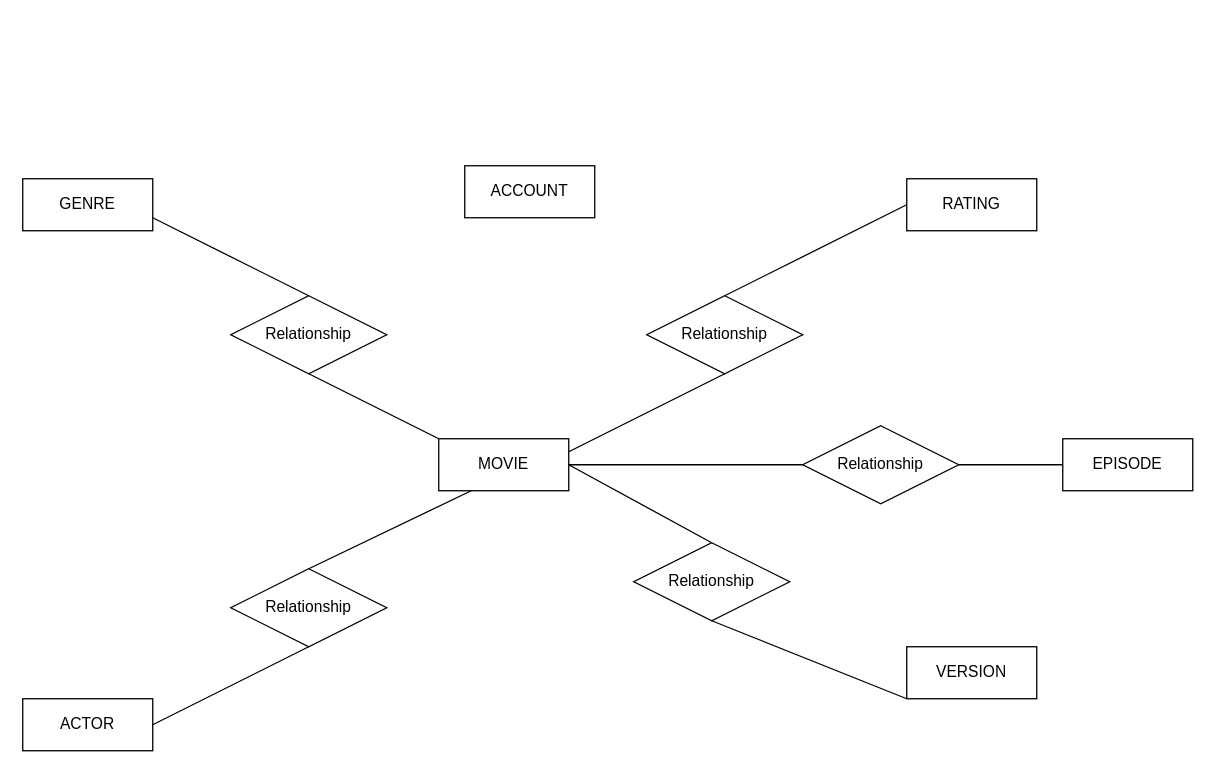
BENHAN94/knuMovieDB keeps this draw.io diagram as Untitled Diagram.drawio. Above is the earlier version. Source tidied: cells renumbered, new cells numbered last; positions are measured from the earlier drawing's top-left corner, leaving out a move shared by most shapes. Both pictures are drawn from the tidied source at 130%, with x=0, y=0 at pixel (22, 165).
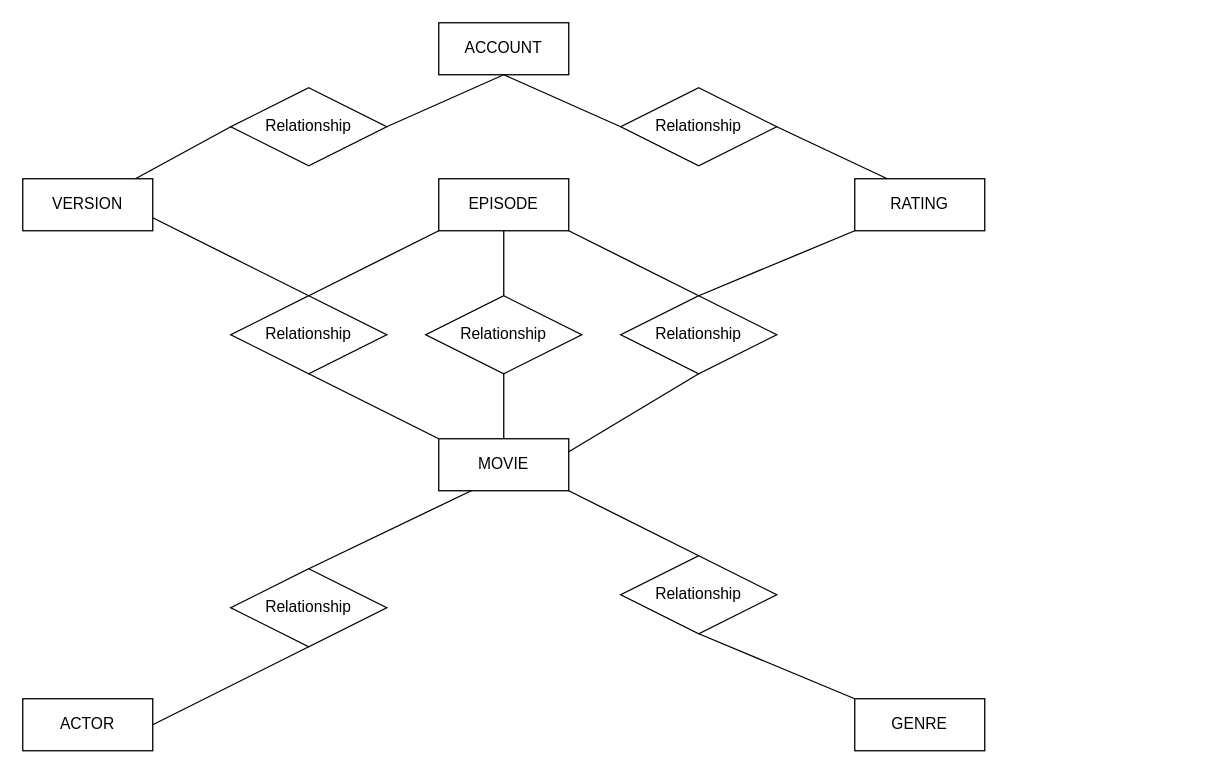
The same page after the edit.

The change refers to these unchanged cells:
```xml
<mxCell id="2" value="MOVIE" style="whiteSpace=wrap;html=1;align=center;" parent="1" vertex="1">
  <mxGeometry x="320" y="210" width="100" height="40" as="geometry" />
</mxCell>
```

The edit, as a diff of the source:
```diff
@@
-    <mxCell id="3" value="GENRE" style="whiteSpace=wrap;html=1;align=center;" parent="1" vertex="1">
+    <mxCell id="3" value="VERSION" style="whiteSpace=wrap;html=1;align=center;" parent="1" vertex="1">
       <mxGeometry y="10" width="100" height="40" as="geometry" />
     </mxCell>
     <mxCell id="4" value="RATING" style="whiteSpace=wrap;html=1;align=center;" parent="1" vertex="1">
-      <mxGeometry x="680" y="10" width="100" height="40" as="geometry" />
+      <mxGeometry x="640" y="10" width="100" height="40" as="geometry" />
     </mxCell>
@@
-    <mxCell id="6" value="VERSION" style="whiteSpace=wrap;html=1;align=center;" parent="1" vertex="1">
-      <mxGeometry x="680" y="370" width="100" height="40" as="geometry" />
+    <mxCell id="6" value="GENRE" style="whiteSpace=wrap;html=1;align=center;" parent="1" vertex="1">
+      <mxGeometry x="640" y="410" width="100" height="40" as="geometry" />
     </mxCell>
     <mxCell id="7" value="ACCOUNT" style="whiteSpace=wrap;html=1;align=center;" parent="1" vertex="1">
-      <mxGeometry x="340" width="100" height="40" as="geometry" />
+      <mxGeometry x="320" y="-110" width="100" height="40" as="geometry" />
     </mxCell>
     <mxCell id="8" value="EPISODE" style="whiteSpace=wrap;html=1;align=center;" parent="1" vertex="1">
-      <mxGeometry x="800" y="210" width="100" height="40" as="geometry" />
+      <mxGeometry x="320" y="10" width="100" height="40" as="geometry" />
     </mxCell>
@@
     <mxCell id="15" value="Relationship" style="shape=rhombus;perimeter=rhombusPerimeter;whiteSpace=wrap;html=1;align=center;" parent="1" vertex="1">
-      <mxGeometry x="480" y="100" width="120" height="60" as="geometry" />
+      <mxGeometry x="460" y="100" width="120" height="60" as="geometry" />
     </mxCell>
@@
-    <mxCell id="17" style="endArrow=none;html=1;rounded=0;exitX=0;exitY=0.5;exitDx=0;exitDy=0;entryX=0.5;entryY=0;entryDx=0;entryDy=0;" parent="1" edge="1" source="4" target="15">
+    <mxCell id="17" style="endArrow=none;html=1;rounded=0;exitX=0;exitY=1;exitDx=0;exitDy=0;entryX=0.5;entryY=0;entryDx=0;entryDy=0;" parent="1" edge="1" source="4" target="15">
       <mxGeometry relative="1" as="geometry" />
     </mxCell>
     <mxCell id="18" value="Relationship" style="shape=rhombus;perimeter=rhombusPerimeter;whiteSpace=wrap;html=1;align=center;" parent="1" vertex="1">
-      <mxGeometry x="470" y="290" width="120" height="60" as="geometry" />
+      <mxGeometry x="460" y="300" width="120" height="60" as="geometry" />
     </mxCell>
-    <mxCell id="19" style="endArrow=none;html=1;rounded=0;exitX=1;exitY=0.5;exitDx=0;exitDy=0;entryX=0.5;entryY=0;entryDx=0;entryDy=0;" parent="1" edge="1" source="2" target="18">
+    <mxCell id="19" style="endArrow=none;html=1;rounded=0;exitX=1;exitY=1;exitDx=0;exitDy=0;entryX=0.5;entryY=0;entryDx=0;entryDy=0;" parent="1" edge="1" source="2" target="18">
       <mxGeometry relative="1" as="geometry" />
     </mxCell>
-    <mxCell id="20" style="endArrow=none;html=1;rounded=0;exitX=0.5;exitY=1;exitDx=0;exitDy=0;entryX=0;entryY=1;entryDx=0;entryDy=0;" parent="1" edge="1" source="18" target="6">
+    <mxCell id="20" style="endArrow=none;html=1;rounded=0;exitX=0.5;exitY=1;exitDx=0;exitDy=0;entryX=0;entryY=0;entryDx=0;entryDy=0;" parent="1" edge="1" source="18" target="6">
       <mxGeometry relative="1" as="geometry" />
     </mxCell>
-    <mxCell id="21" value="Relationship" style="shape=rhombus;perimeter=rhombusPerimeter;whiteSpace=wrap;html=1;align=center;" parent="1" vertex="1">
-      <mxGeometry x="600" y="200" width="120" height="60" as="geometry" />
-    </mxCell>
-    <mxCell id="22" style="endArrow=none;html=1;rounded=0;exitX=0;exitY=0.5;exitDx=0;exitDy=0;entryX=1;entryY=0.5;entryDx=0;entryDy=0;" parent="1" edge="1" source="21" target="2">
-      <mxGeometry relative="1" as="geometry" />
-    </mxCell>
-    <mxCell id="23" style="endArrow=none;html=1;rounded=0;exitX=1;exitY=0.5;exitDx=0;exitDy=0;entryX=0;entryY=0.5;entryDx=0;entryDy=0;" parent="1" edge="1" source="21" target="8">
-      <mxGeometry relative="1" as="geometry" />
-    </mxCell>
+    <mxCell id="24" value="Relationship" style="shape=rhombus;perimeter=rhombusPerimeter;whiteSpace=wrap;html=1;align=center;" parent="1" vertex="1">
+      <mxGeometry x="310" y="100" width="120" height="60" as="geometry" />
+    </mxCell>
+    <mxCell id="25" style="endArrow=none;html=1;rounded=0;exitX=0.5;exitY=1;exitDx=0;exitDy=0;entryX=0.5;entryY=0;entryDx=0;entryDy=0;" parent="1" edge="1" source="24" target="2">
+      <mxGeometry relative="1" as="geometry" />
+    </mxCell>
+    <mxCell id="26" style="endArrow=none;html=1;rounded=0;exitX=0.5;exitY=1;exitDx=0;exitDy=0;entryX=0.5;entryY=0;entryDx=0;entryDy=0;" parent="1" edge="1" source="8" target="24">
+      <mxGeometry relative="1" as="geometry" />
+    </mxCell>
+    <mxCell id="27" style="endArrow=none;html=1;rounded=0;exitX=0;exitY=1;exitDx=0;exitDy=0;" parent="1" edge="1" source="8">
+      <mxGeometry relative="1" as="geometry">
+        <mxPoint x="220" y="100" as="targetPoint" />
+      </mxGeometry>
+    </mxCell>
+    <mxCell id="28" style="endArrow=none;html=1;rounded=0;exitX=0.5;exitY=0;exitDx=0;exitDy=0;entryX=1;entryY=1;entryDx=0;entryDy=0;" parent="1" edge="1" source="15" target="8">
+      <mxGeometry relative="1" as="geometry" />
+    </mxCell>
+    <mxCell id="29" value="Relationship" style="shape=rhombus;perimeter=rhombusPerimeter;whiteSpace=wrap;html=1;align=center;" parent="1" vertex="1">
+      <mxGeometry x="160" y="-60" width="120" height="60" as="geometry" />
+    </mxCell>
+    <mxCell id="30" value="Relationship" style="shape=rhombus;perimeter=rhombusPerimeter;whiteSpace=wrap;html=1;align=center;" parent="1" vertex="1">
+      <mxGeometry x="460" y="-60" width="120" height="60" as="geometry" />
+    </mxCell>
+    <mxCell id="31" style="endArrow=none;html=1;rounded=0;entryX=0;entryY=0.5;entryDx=0;entryDy=0;" parent="1" edge="1" source="3" target="29">
+      <mxGeometry relative="1" as="geometry" />
+    </mxCell>
+    <mxCell id="32" style="endArrow=none;html=1;rounded=0;exitX=0.5;exitY=1;exitDx=0;exitDy=0;entryX=1;entryY=0.5;entryDx=0;entryDy=0;" parent="1" edge="1" source="7" target="29">
+      <mxGeometry relative="1" as="geometry" />
+    </mxCell>
+    <mxCell id="33" style="endArrow=none;html=1;rounded=0;entryX=0;entryY=0.5;entryDx=0;entryDy=0;exitX=0.5;exitY=1;exitDx=0;exitDy=0;" parent="1" edge="1" source="7" target="30">
+      <mxGeometry relative="1" as="geometry" />
+    </mxCell>
+    <mxCell id="34" style="endArrow=none;html=1;rounded=0;exitX=0.25;exitY=0;exitDx=0;exitDy=0;entryX=1;entryY=0.5;entryDx=0;entryDy=0;" parent="1" edge="1" source="4" target="30">
+      <mxGeometry relative="1" as="geometry" />
+    </mxCell>
```
